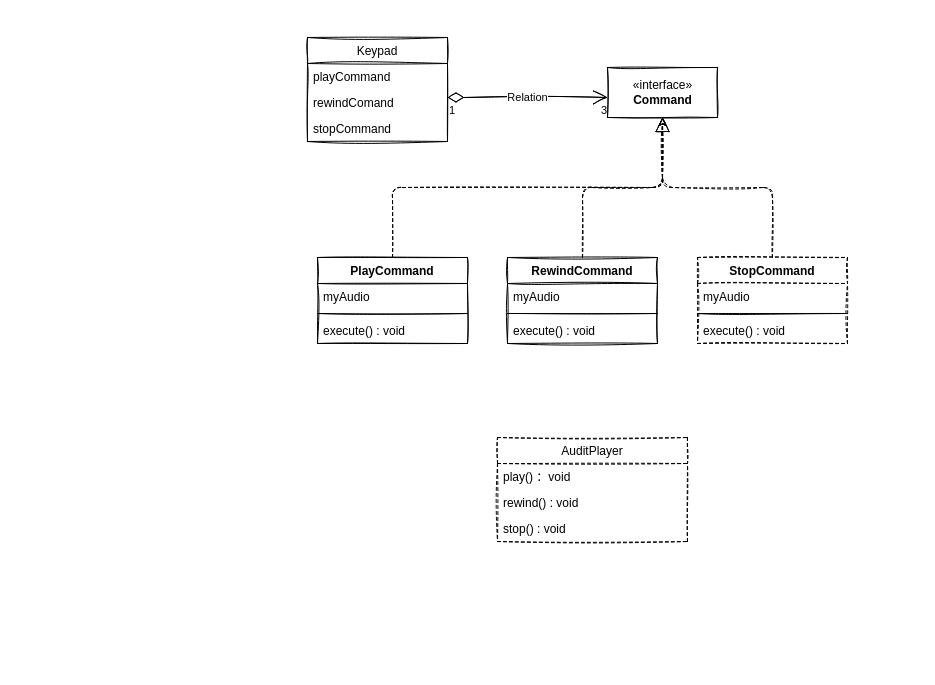
Before: 命令模式.drawio in yancyan/design.draw.io, a draw.io diagram. Source tidied: cells renumbered, new cells numbered last; positions are measured from the earlier drawing's top-left corner, leaving out a move shared by most shapes. Both pictures are drawn from the tidied source at 100%, with x=0, y=0 at pixel (307, 37).
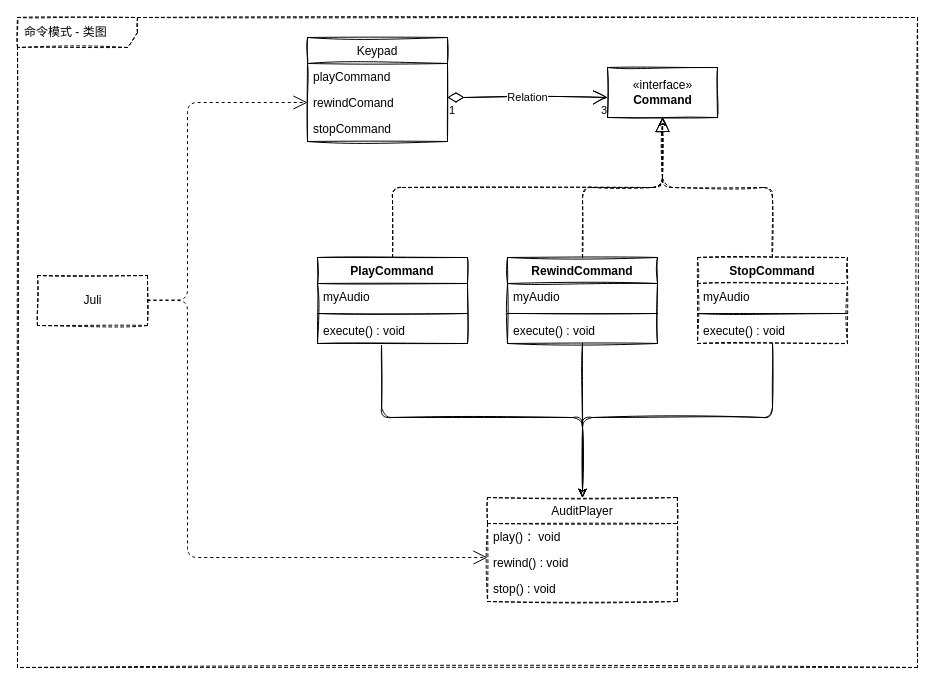
After the change.

Unchanged cells that the change refers to:
```xml
<mxCell id="4" value="rewindComand" style="text;strokeColor=none;fillColor=none;align=left;verticalAlign=top;spacingLeft=4;spacingRight=4;overflow=hidden;points=[[0,0.5],[1,0.5]];portConstraint=eastwest;sketch=1;" parent="2" vertex="1">
  <mxGeometry y="52" width="140" height="26" as="geometry" />
</mxCell>
<mxCell id="13" value="execute() : void" style="text;strokeColor=none;fillColor=none;align=left;verticalAlign=top;spacingLeft=4;spacingRight=4;overflow=hidden;points=[[0,0.5],[1,0.5]];portConstraint=eastwest;sketch=1;" parent="10" vertex="1">
  <mxGeometry y="60" width="150" height="26" as="geometry" />
</mxCell>
<mxCell id="15" value="RewindCommand" style="swimlane;fontStyle=1;align=center;verticalAlign=top;horizontal=1;startSize=26;sketch=1;" parent="1" vertex="1">
  <mxGeometry x="200" y="220" width="150" height="86" as="geometry" />
</mxCell>
<mxCell id="20" value="StopCommand" style="swimlane;fontStyle=1;align=center;verticalAlign=top;horizontal=1;startSize=26;sketch=1;dashed=1;" parent="1" vertex="1">
  <mxGeometry x="390" y="220" width="150" height="86" as="geometry" />
</mxCell>
<mxCell id="27" value="rewind() : void" style="text;strokeColor=none;fillColor=none;align=left;verticalAlign=top;spacingLeft=4;spacingRight=4;overflow=hidden;points=[[0,0.5],[1,0.5]];portConstraint=eastwest;" parent="25" vertex="1">
  <mxGeometry y="52" width="190" height="26" as="geometry" />
</mxCell>
```

The edit, as a diff of the source:
```diff
@@
+    <mxCell id="29" style="edgeStyle=orthogonalEdgeStyle;rounded=1;sketch=1;jettySize=auto;html=1;shadow=0;exitX=0.427;exitY=1.077;exitDx=0;exitDy=0;exitPerimeter=0;" parent="1" edge="1" source="13" target="25">
+      <mxGeometry relative="1" as="geometry">
+        <Array as="points">
+          <mxPoint x="74" y="380" />
+          <mxPoint x="275" y="380" />
+        </Array>
+      </mxGeometry>
+    </mxCell>
@@
+    <mxCell id="30" style="edgeStyle=orthogonalEdgeStyle;rounded=1;sketch=1;jettySize=auto;html=1;entryX=0.5;entryY=0;entryDx=0;entryDy=0;shadow=0;" parent="1" edge="1" source="15" target="25">
+      <mxGeometry relative="1" as="geometry" />
+    </mxCell>
@@
+    <mxCell id="31" style="edgeStyle=orthogonalEdgeStyle;rounded=1;sketch=1;jettySize=auto;html=1;entryX=0.5;entryY=0;entryDx=0;entryDy=0;shadow=0;" parent="1" edge="1" source="20" target="25">
+      <mxGeometry relative="1" as="geometry">
+        <Array as="points">
+          <mxPoint x="465" y="380" />
+          <mxPoint x="275" y="380" />
+        </Array>
+      </mxGeometry>
+    </mxCell>
@@
     <mxCell id="25" value="AuditPlayer" style="swimlane;fontStyle=0;horizontal=1;startSize=26;fillColor=none;dashed=1;sketch=1;" parent="1" vertex="1">
-      <mxGeometry x="190" y="400" width="190" height="104" as="geometry" />
+      <mxGeometry x="180" y="460" width="190" height="104" as="geometry" />
     </mxCell>
@@
+    <mxCell id="32" style="edgeStyle=orthogonalEdgeStyle;rounded=1;sketch=0;jettySize=auto;html=1;exitX=1;exitY=0.5;exitDx=0;exitDy=0;shadow=0;dashed=1;endArrow=open;endFill=0;endSize=12;" parent="1" edge="1" source="33" target="27">
+      <mxGeometry relative="1" as="geometry">
+        <Array as="points">
+          <mxPoint x="-120" y="263" />
+          <mxPoint x="-120" y="520" />
+        </Array>
+      </mxGeometry>
+    </mxCell>
+    <mxCell id="33" value="Juli" style="html=1;dashed=1;sketch=1;" parent="1" vertex="1">
+      <mxGeometry x="-270" y="238" width="110" height="50" as="geometry" />
+    </mxCell>
+    <mxCell id="34" style="endArrow=open;dashed=1;endFill=0;endSize=12;html=1;shadow=0;entryX=0;entryY=0.5;entryDx=0;entryDy=0;edgeStyle=orthogonalEdgeStyle;" parent="1" edge="1" target="4">
+      <mxGeometry relative="1" as="geometry">
+        <mxPoint x="-160" y="262.5" as="sourcePoint" />
+        <Array as="points">
+          <mxPoint x="-120" y="263" />
+          <mxPoint x="-120" y="65" />
+        </Array>
+      </mxGeometry>
+    </mxCell>
+    <mxCell id="35" value="命令模式 - 类图" style="shape=umlFrame;whiteSpace=wrap;html=1;width=120;height=30;boundedLbl=1;verticalAlign=middle;align=left;spacingLeft=5;dashed=1;sketch=1;" parent="1" vertex="1">
+      <mxGeometry x="-290" y="-20" width="900" height="650" as="geometry" />
+    </mxCell>
```
